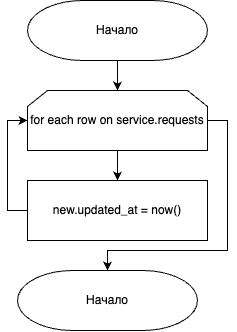
Above: docs/report/img/trigger.png in ybairamgalin/bmstu-database-course-work (draw.io), before the change. Source tidied: cells renumbered, new cells last; positions are measured from the earlier drawing's top-left corner, leaving out a move shared by most shapes. Source of this version:
```xml
<mxGraphModel>
  <root>
    <mxCell id="0" />
    <mxCell id="1" parent="0" />
    <mxCell id="2" style="edgeStyle=orthogonalEdgeStyle;rounded=0;jettySize=auto;html=1;entryX=0.5;entryY=0;entryDx=0;entryDy=0;" parent="1" edge="1" source="3" target="5">
      <mxGeometry relative="1" as="geometry" />
    </mxCell>
    <mxCell id="3" value="Начало" style="strokeWidth=1;html=1;shape=mxgraph.flowchart.terminator;whiteSpace=wrap;" parent="1" vertex="1">
      <mxGeometry x="20" width="180" height="60" as="geometry" />
    </mxCell>
    <mxCell id="4" style="edgeStyle=orthogonalEdgeStyle;rounded=0;jettySize=auto;html=1;entryX=0.5;entryY=0;entryDx=0;entryDy=0;" parent="1" edge="1" source="5" target="7">
      <mxGeometry relative="1" as="geometry" />
    </mxCell>
    <mxCell id="5" value="for each row on service.requests" style="shape=loopLimit;whiteSpace=wrap;html=1;" parent="1" vertex="1">
      <mxGeometry x="20" y="90" width="180" height="60" as="geometry" />
    </mxCell>
    <mxCell id="6" style="edgeStyle=orthogonalEdgeStyle;rounded=0;jettySize=auto;html=1;entryX=0;entryY=0.5;entryDx=0;entryDy=0;" parent="1" edge="1" source="7" target="5">
      <mxGeometry relative="1" as="geometry">
        <Array as="points">
          <mxPoint y="210" />
          <mxPoint y="120" />
        </Array>
      </mxGeometry>
    </mxCell>
    <mxCell id="7" value="new.updated_at = now()" style="rounded=0;whiteSpace=wrap;html=1;" parent="1" vertex="1">
      <mxGeometry x="20" y="180" width="180" height="60" as="geometry" />
    </mxCell>
    <mxCell id="8" value="Начало" style="strokeWidth=1;html=1;shape=mxgraph.flowchart.terminator;whiteSpace=wrap;" parent="1" vertex="1">
      <mxGeometry x="10" y="270" width="180" height="60" as="geometry" />
    </mxCell>
    <mxCell id="9" style="edgeStyle=orthogonalEdgeStyle;rounded=0;jettySize=auto;html=1;entryX=0.5;entryY=0;entryDx=0;entryDy=0;entryPerimeter=0;" parent="1" edge="1" source="5" target="8">
      <mxGeometry relative="1" as="geometry">
        <Array as="points">
          <mxPoint x="220" y="120" />
          <mxPoint x="220" y="250" />
          <mxPoint x="100" y="250" />
        </Array>
      </mxGeometry>
    </mxCell>
  </root>
</mxGraphModel>
```
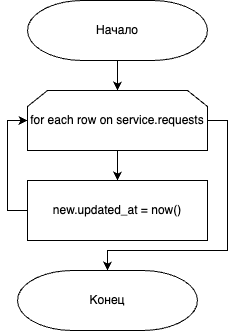
The same file after the commit.

Change to the diagram source:
```diff
@@ -25,7 +25,7 @@
     <mxCell id="7" value="new.updated_at = now()" style="rounded=0;whiteSpace=wrap;html=1;" parent="1" vertex="1">
       <mxGeometry x="20" y="180" width="180" height="60" as="geometry" />
     </mxCell>
-    <mxCell id="8" value="Начало" style="strokeWidth=1;html=1;shape=mxgraph.flowchart.terminator;whiteSpace=wrap;" parent="1" vertex="1">
+    <mxCell id="8" value="Конец" style="strokeWidth=1;html=1;shape=mxgraph.flowchart.terminator;whiteSpace=wrap;" parent="1" vertex="1">
       <mxGeometry x="10" y="270" width="180" height="60" as="geometry" />
     </mxCell>
     <mxCell id="9" style="edgeStyle=orthogonalEdgeStyle;rounded=0;jettySize=auto;html=1;entryX=0.5;entryY=0;entryDx=0;entryDy=0;entryPerimeter=0;" parent="1" edge="1" source="5" target="8">
```
